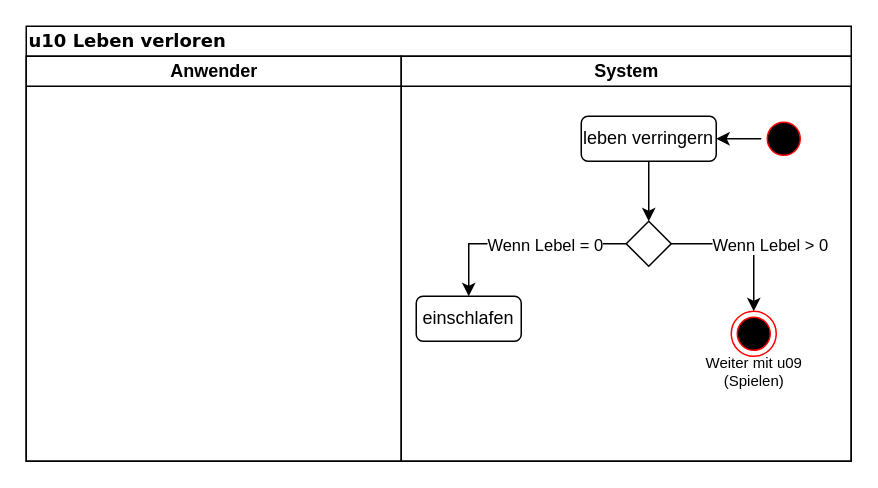
Earlier version of the draw.io diagram u10.drawio (Skill3rboy/OOS). Source tidied: cells renumbered, new cells numbered last; positions are measured from the earlier drawing's top-left corner, leaving out a move shared by most shapes. Both pictures are drawn from the tidied source at 150%, with x=0, y=0 at pixel (26, 26).
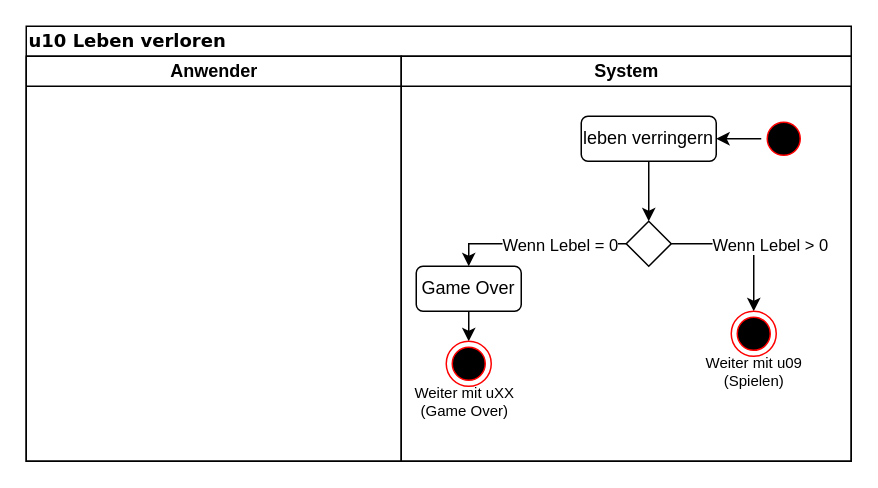
Above is the later version.

The change refers to these unchanged cells:
```xml
<mxCell id="4" value="System" style="swimlane;html=1;startSize=20;" parent="2" vertex="1">
  <mxGeometry x="250" y="20" width="300" height="270" as="geometry" />
</mxCell>
```

Change to the diagram source:
```diff
@@
+    <mxCell id="17" style="edgeStyle=orthogonalEdgeStyle;rounded=0;jettySize=auto;html=1;exitX=0.5;exitY=1;exitDx=0;exitDy=0;entryX=0.5;entryY=0;entryDx=0;entryDy=0;" parent="4" edge="1" source="10" target="18">
+      <mxGeometry relative="1" as="geometry" />
+    </mxCell>
-    <mxCell id="10" value="einschlafen" style="rounded=1;whiteSpace=wrap;html=1;" parent="4" vertex="1">
-      <mxGeometry x="10" y="160" width="70" height="30" as="geometry" />
+    <mxCell id="10" value="Game Over" style="rounded=1;whiteSpace=wrap;html=1;" parent="4" vertex="1">
+      <mxGeometry x="10" y="140" width="70" height="30" as="geometry" />
     </mxCell>
@@
+    <mxCell id="18" style="ellipse;html=1;shape=endState;fillColor=#000000;strokeColor=#ff0000;" parent="4" vertex="1">
+      <mxGeometry x="30" y="190" width="30" height="30" as="geometry" />
+    </mxCell>
+    <mxCell id="19" value="Weiter mit uXX&lt;br&gt;(Game Over)" style="text;html=1;strokeColor=none;fillColor=none;align=center;verticalAlign=middle;whiteSpace=wrap;rounded=0;fontSize=10;" parent="4" vertex="1">
+      <mxGeometry x="5" y="220" width="75" height="20" as="geometry" />
+    </mxCell>
```
